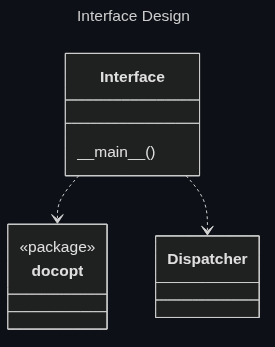
Oldranda1414/AutoDev keeps this Mermaid diagram as docs/assets/mermaid/interface_design.png. Above is the earlier version. Its source is kept beside it as docs/assets/src/interface_design.mmd.
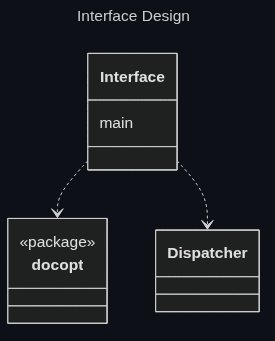
After the change.

Diff of the diagram source:
```diff
@@ -3,7 +3,7 @@
 ---
 classDiagram
     class Interface {
-        \_\_main\_\_()
+        main
     }
 
     class docopt {
```
